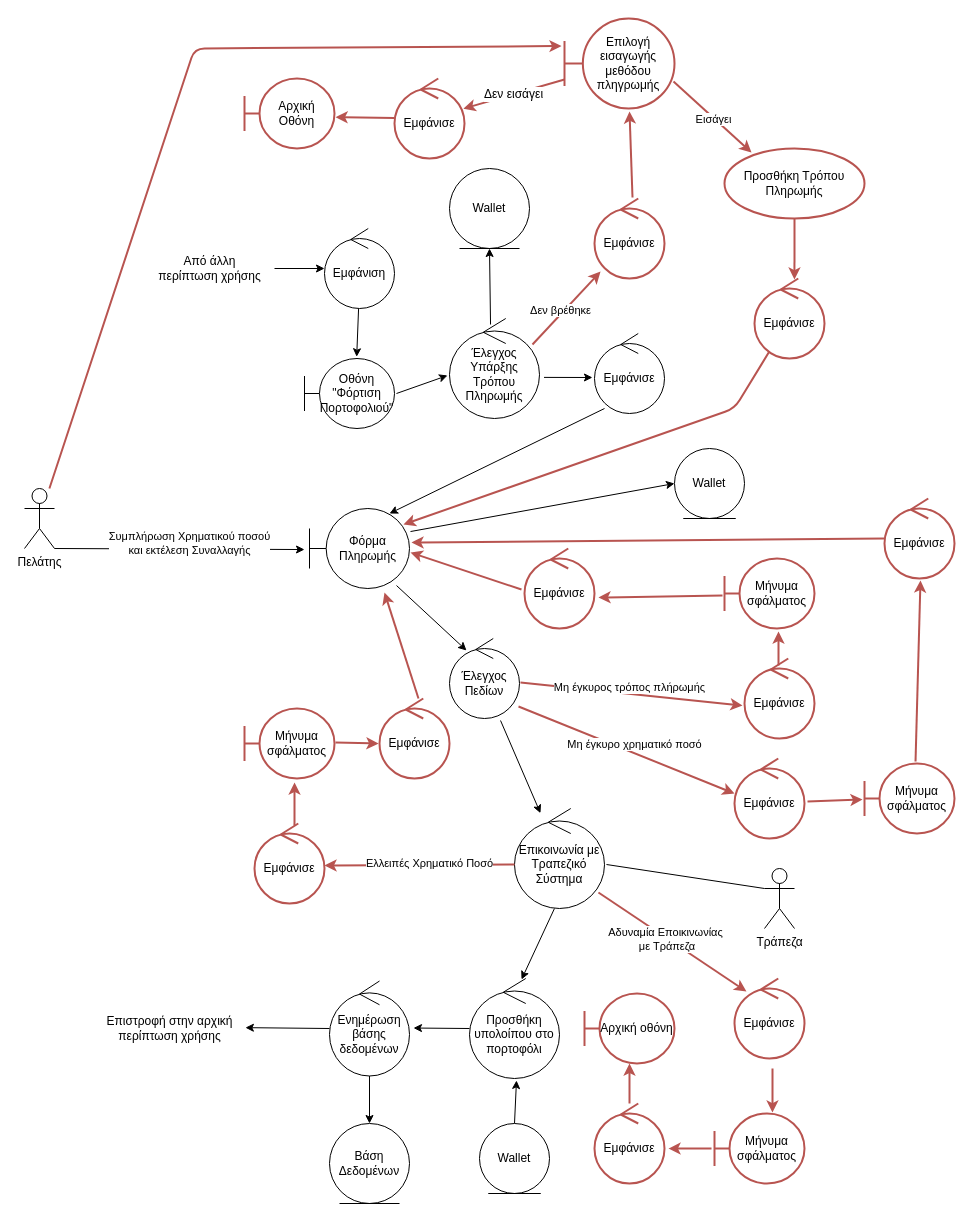
Earlier version of the draw.io diagram Part_2/Robustness/diagrams/06_Φόρτιση_Πορτοφολιού.drawio (Nikolis2002/texnoligia_logismikou). Source tidied: cells renumbered, new cells numbered last; positions are measured from the earlier drawing's top-left corner, leaving out a move shared by most shapes. Both pictures are drawn from the tidied source at 100%, with x=0, y=0 at pixel (24, 18).
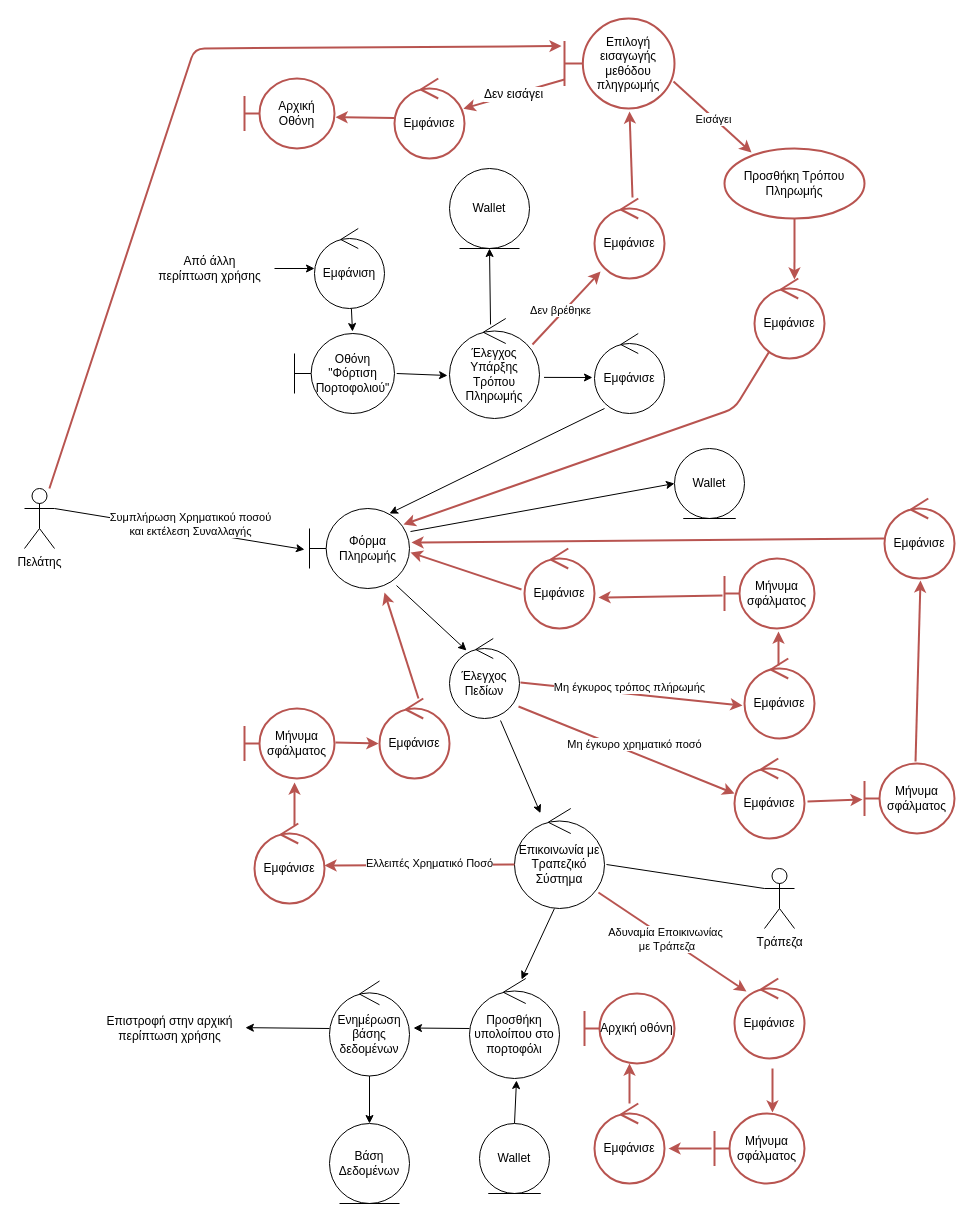
The same page after the edit.

Unchanged cells that the change refers to:
```xml
<mxCell id="4" value="Πελάτης" style="shape=umlActor;verticalLabelPosition=bottom;verticalAlign=top;html=1;" parent="1" vertex="1">
  <mxGeometry y="470" width="30" height="60" as="geometry" />
</mxCell>
<mxCell id="23" value="Φόρμα Πληρωμής" style="shape=umlBoundary;whiteSpace=wrap;html=1;" parent="1" vertex="1">
  <mxGeometry x="285" y="490" width="100" height="80" as="geometry" />
</mxCell>
```

What changed in the source:
```diff
@@
-    <mxCell id="2" value="Συμπλήρωση Χρηματικού ποσού&lt;br&gt;και εκτέλεση Συναλλαγής" style="edgeStyle=none;html=1;exitX=1;exitY=1;exitDx=0;exitDy=0;exitPerimeter=0;entryX=-0.05;entryY=0.513;entryDx=0;entryDy=0;entryPerimeter=0;" parent="1" edge="1" source="4" target="23">
+    <mxCell id="2" value="Συμπλήρωση Χρηματικού ποσού&lt;br&gt;και εκτέλεση Συναλλαγής" style="edgeStyle=none;html=1;entryX=-0.05;entryY=0.513;entryDx=0;entryDy=0;entryPerimeter=0;exitX=1;exitY=0.3333333333333333;exitDx=0;exitDy=0;exitPerimeter=0;" parent="1" edge="1" source="4" target="23">
       <mxGeometry x="0.08" y="6" relative="1" as="geometry" />
     </mxCell>
@@
     <mxCell id="7" value="Οθόνη &quot;Φόρτιση Πορτοφολιού&quot;" style="shape=umlBoundary;whiteSpace=wrap;html=1;" parent="1" vertex="1">
-      <mxGeometry x="280" y="340" width="90" height="70" as="geometry" />
+      <mxGeometry x="270" y="315" width="100" height="80" as="geometry" />
     </mxCell>
@@
     <mxCell id="9" value="Εμφάνιση" style="ellipse;shape=umlControl;whiteSpace=wrap;html=1;" parent="1" vertex="1">
-      <mxGeometry x="300" y="210" width="70" height="80" as="geometry" />
+      <mxGeometry x="290" y="210" width="70" height="80" as="geometry" />
     </mxCell>
```
